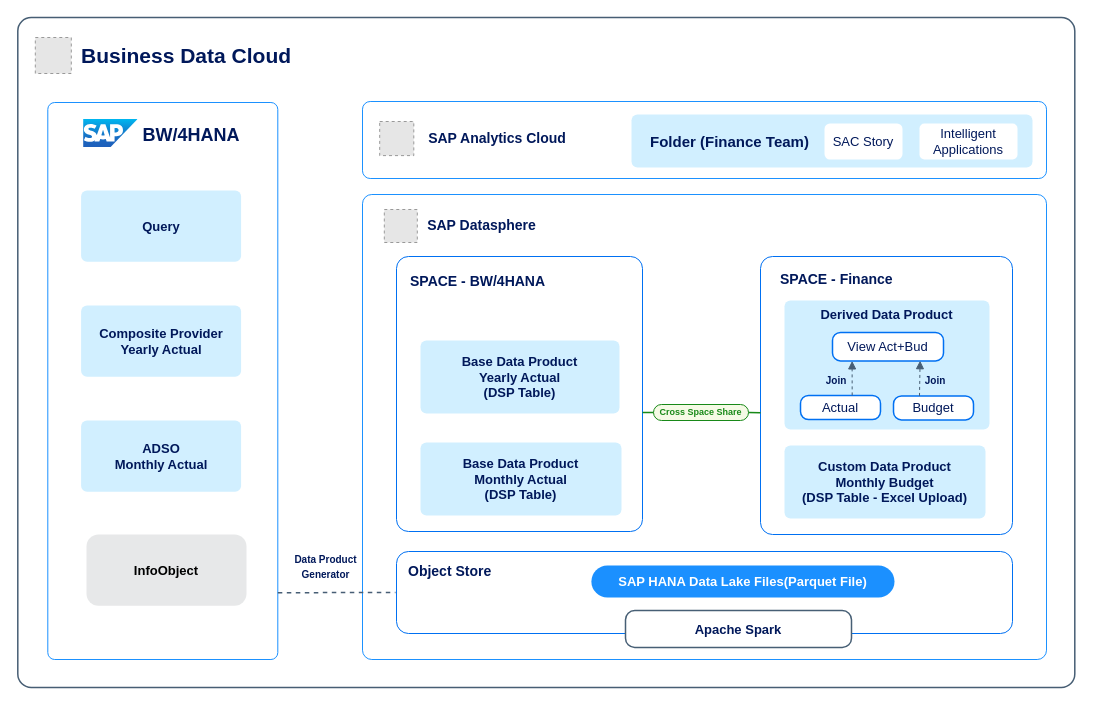
Above: docs/ref-arch/RA0013/4-modernizing-sap-bw-with-sap-bdc/drawio/bw-bdc-detailed.drawio in SAP/architecture-center (draw.io), before the change. Source tidied: cells renumbered, new cells numbered last; positions are measured from the earlier drawing's top-left corner, leaving out a move shared by most shapes. Both pictures are drawn from the tidied source at 100%, with x=0, y=0 at pixel (17, 17). Pictures stored in the file or linked from it are replaced by grey dashed boxes.
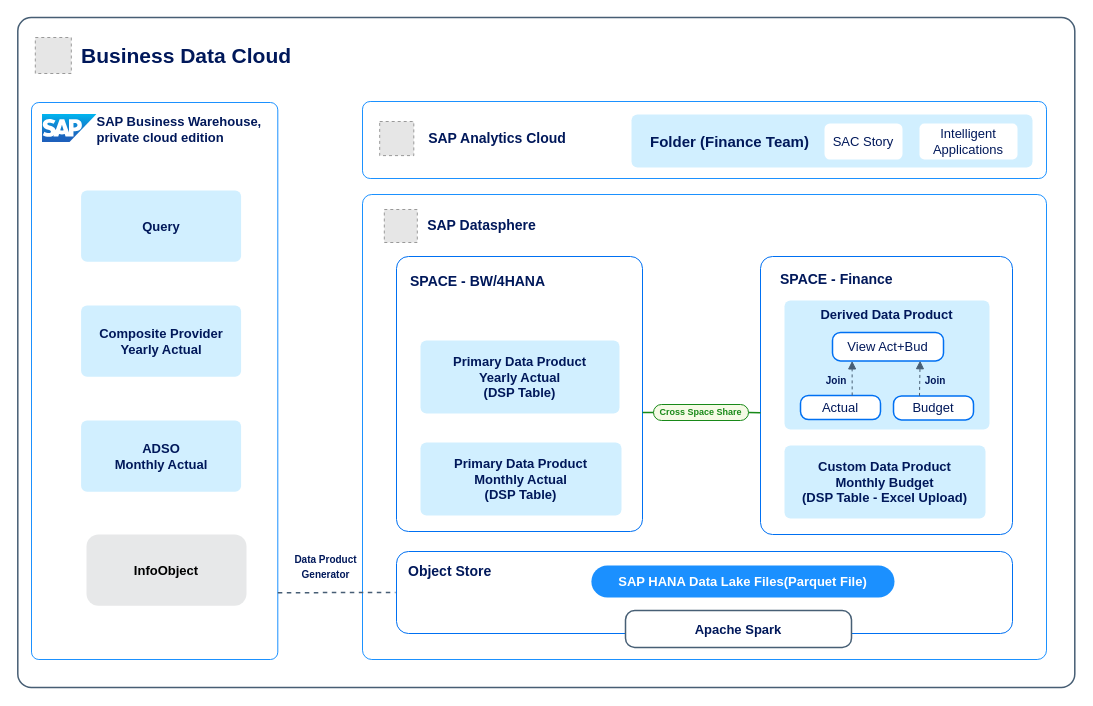
The same diagram, later.

Change to the diagram source:
```diff
@@
     <mxCell id="4" value="&lt;span style=&quot;caret-color: rgba(0, 0, 0, 0); color: rgba(0, 0, 0, 0); font-family: monospace; font-size: 0px; font-style: normal; font-variant-caps: normal; font-weight: 400; letter-spacing: normal; text-align: start; text-indent: 0px; text-transform: none; word-spacing: 0px; -webkit-text-stroke-width: 0px; background-color: rgb(248, 249, 250); text-decoration: none; float: none; display: inline !important;&quot;&gt;%3CmxGraphModel%3E%3Croot%3E%3CmxCell%20id%3D%220%22%2F%3E%3CmxCell%20id%3D%221%22%20parent%3D%220%22%2F%3E%3CmxCell%20id%3D%222%22%20value%3D%22%26lt%3Bp%20style%3D%26quot%3Bcaret-color%3A%20rgb(0%2C%200%2C%200)%3B%20color%3A%20rgb(0%2C%200%2C%200)%3B%20margin-top%3A%200pt%3B%20margin-bottom%3A%200pt%3B%20margin-left%3A%200in%3B%20direction%3A%20ltr%3B%20unicode-bidi%3A%20embed%3B%20word-break%3A%20normal%3B%26quot%3B%26gt%3B%26lt%3Bspan%20style%3D%26quot%3Bcolor%3A%20rgb(89%2C%2089%2C%2089)%3B%20font-size%3A%2016px%3B%20font-weight%3A%20700%3B%26quot%3B%26gt%3BSAP%20Data%20Warehouse%26amp%3Bnbsp%3BCloud%26lt%3B%2Fspan%26gt%3B%26lt%3Bbr%26gt%3B%26lt%3B%2Fp%26gt%3B%22%20style%3D%22rounded%3D0%3BwhiteSpace%3Dwrap%3Bhtml%3D1%3BstrokeColor%3D%23B3B3B3%3BstrokeWidth%3D2%3BfillColor%3Dnone%3Balign%3Dleft%3BverticalAlign%3Dtop%3BfontSize%3D11%3BfontFamily%3DArial%3Bcontainer%3D1%3BrecursiveResize%3D0%3Bcollapsible%3D0%3BfontColor%3D%23595959%3B%22%20vertex%3D%221%22%20parent%3D%221%22%3E%3CmxGeometry%20x%3D%22600%22%20y%3D%22560%22%20width%3D%22400%22%20height%3D%22435%22%20as%3D%22geometry%22%2F%3E%3C%2FmxCell%3E%3CmxCell%20id%3D%223%22%20style%3D%22edgeStyle%3Dnone%3Brounded%3D0%3BorthogonalLoop%3D1%3BjettySize%3Dauto%3Bhtml%3D1%3BentryX%3D0%3BentryY%3D0.5%3BentryDx%3D0%3BentryDy%3D0%3Bdashed%3D1%3BstartArrow%3Dclassic%3BstartFill%3D1%3BendArrow%3Dclassic%3BendFill%3D1%3BstrokeColor%3D%23C0399F%3BstrokeWidth%3D1%3BfontSize%3D16%3B%22%20edge%3D%221%22%20parent%3D%222%22%3E%3CmxGeometry%20relative%3D%221%22%20as%3D%22geometry%22%3E%3CmxPoint%20x%3D%22377%22%20y%3D%2277%22%20as%3D%22sourcePoint%22%2F%3E%3CmxPoint%20x%3D%22377%22%20y%3D%2277%22%20as%3D%22targetPoint%22%2F%3E%3C%2FmxGeometry%3E%3C%2FmxCell%3E" style="rounded=1;whiteSpace=wrap;html=1;strokeColor=#1B91FF;strokeWidth=1;fillColor=default;align=left;verticalAlign=top;fontSize=11;fontFamily=Arial;fontColor=#595959;arcSize=3;" parent="1" vertex="1">
-      <mxGeometry x="30.3" y="85" width="230" height="557" as="geometry" />
+      <mxGeometry x="14" y="85" width="246.3" height="557" as="geometry" />
     </mxCell>
-    <mxCell id="5" value=" BW/4HANA" style="image;image=img/lib/sap/SAP_Logo.svg;editableCssRules=.*;verticalLabelPosition=middle;labelBackgroundColor=none;verticalAlign=middle;imageAspect=0;labelPosition=right;align=left;fontSize=18;fontStyle=1;spacingLeft=0;fontColor=light-dark(#00185A,#C5D9FF);spacing=0;" parent="1" vertex="1">
-      <mxGeometry x="66.1" y="102" width="54.5" height="28" as="geometry" />
+    <mxCell id="5" value="SAP Business Warehouse, &#10;private cloud edition" style="image;image=img/lib/sap/SAP_Logo.svg;editableCssRules=.*;verticalLabelPosition=middle;labelBackgroundColor=none;verticalAlign=middle;imageAspect=0;labelPosition=right;align=left;fontSize=13;fontStyle=1;spacingLeft=0;fontColor=light-dark(#00185A,#C5D9FF);spacing=0;" parent="1" vertex="1">
+      <mxGeometry x="25" y="97" width="54.5" height="28" as="geometry" />
     </mxCell>
@@
-    <mxCell id="21" value="&lt;b&gt;Base Data Product&lt;/b&gt;&lt;div&gt;&lt;b&gt;Monthly Actual&lt;br&gt;(DSP Table)&lt;/b&gt;&lt;/div&gt;" style="rounded=1;whiteSpace=wrap;html=1;strokeColor=none;fillColor=#D1EFFF;arcSize=12;absoluteArcSize=1;imageWidth=64;imageHeight=64;strokeWidth=1.5;fontColor=light-dark(#00185A,#CCDDFF);fontSize=13;align=center;verticalAlign=middle;fontFamily=Helvetica;fontStyle=1;gradientColor=none;gradientDirection=south;" parent="1" vertex="1">
+    <mxCell id="21" value="&lt;b&gt;Primary Data Product&lt;/b&gt;&lt;div&gt;&lt;b&gt;Monthly Actual&lt;br&gt;(DSP Table)&lt;/b&gt;&lt;/div&gt;" style="rounded=1;whiteSpace=wrap;html=1;strokeColor=none;fillColor=#D1EFFF;arcSize=12;absoluteArcSize=1;imageWidth=64;imageHeight=64;strokeWidth=1.5;fontColor=light-dark(#00185A,#CCDDFF);fontSize=13;align=center;verticalAlign=middle;fontFamily=Helvetica;fontStyle=1;gradientColor=none;gradientDirection=south;" parent="1" vertex="1">
       <mxGeometry x="403" y="425" width="201" height="73" as="geometry" />
     </mxCell>
-    <mxCell id="22" value="&lt;b&gt;Base Data Product&lt;/b&gt;&lt;div&gt;&lt;b&gt;Yearly Actual&lt;/b&gt;&lt;/div&gt;&lt;div&gt;&lt;b&gt;(DSP Table)&lt;/b&gt;&lt;/div&gt;" style="rounded=1;whiteSpace=wrap;html=1;strokeColor=none;fillColor=#D1EFFF;arcSize=12;absoluteArcSize=1;imageWidth=64;imageHeight=64;strokeWidth=1.5;fontColor=light-dark(#00185A,#CCDDFF);fontSize=13;align=center;verticalAlign=middle;fontFamily=Helvetica;fontStyle=1;gradientColor=none;gradientDirection=south;" parent="1" vertex="1">
+    <mxCell id="22" value="&lt;b&gt;Primary Data Product&lt;/b&gt;&lt;div&gt;&lt;b&gt;Yearly Actual&lt;/b&gt;&lt;/div&gt;&lt;div&gt;&lt;b&gt;(DSP Table)&lt;/b&gt;&lt;/div&gt;" style="rounded=1;whiteSpace=wrap;html=1;strokeColor=none;fillColor=#D1EFFF;arcSize=12;absoluteArcSize=1;imageWidth=64;imageHeight=64;strokeWidth=1.5;fontColor=light-dark(#00185A,#CCDDFF);fontSize=13;align=center;verticalAlign=middle;fontFamily=Helvetica;fontStyle=1;gradientColor=none;gradientDirection=south;" parent="1" vertex="1">
       <mxGeometry x="403" y="323" width="199" height="73" as="geometry" />
     </mxCell>
```
